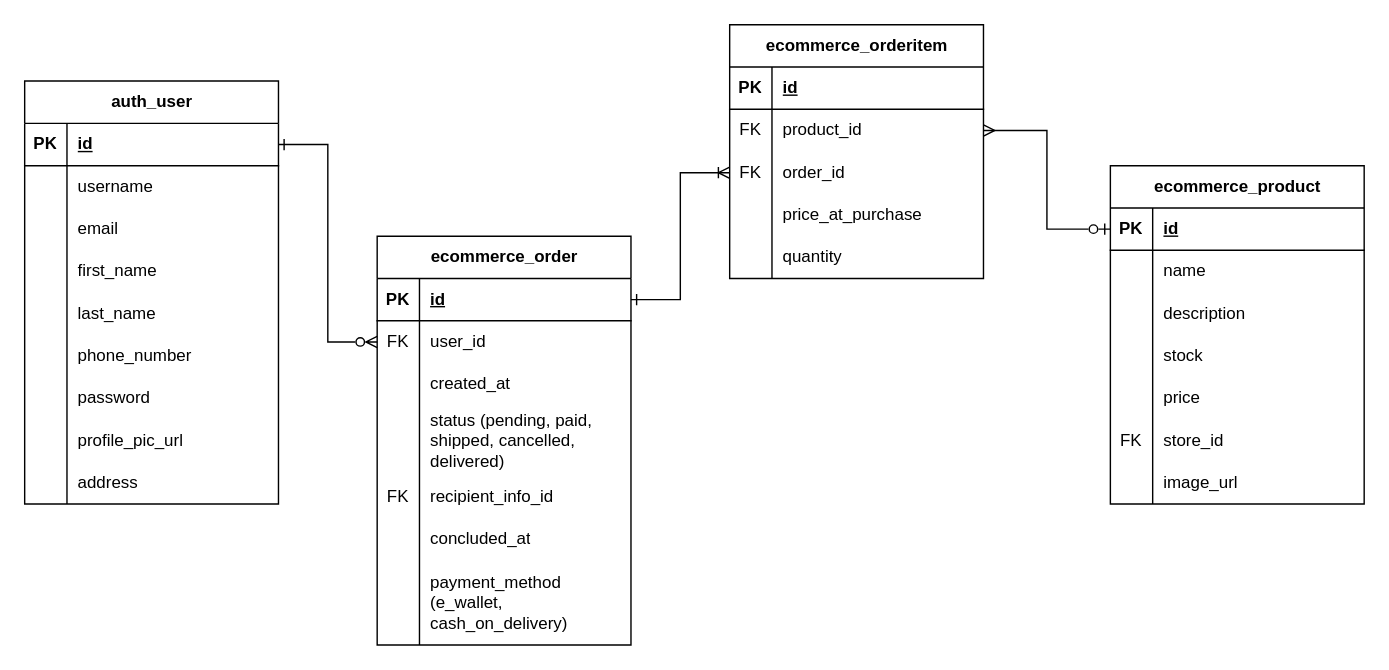
RHILIUS/drawio keeps this draw.io diagram as page "Order a product" (3 of 3) of E-Commerce API ERD.drawio. Above is the earlier version. Source tidied: cells renumbered, new cells numbered last; positions are measured from the earlier drawing's top-left corner, leaving out a move shared by most shapes. Both pictures are drawn from the tidied source at 141%, with x=0, y=0 at pixel (24, 24).
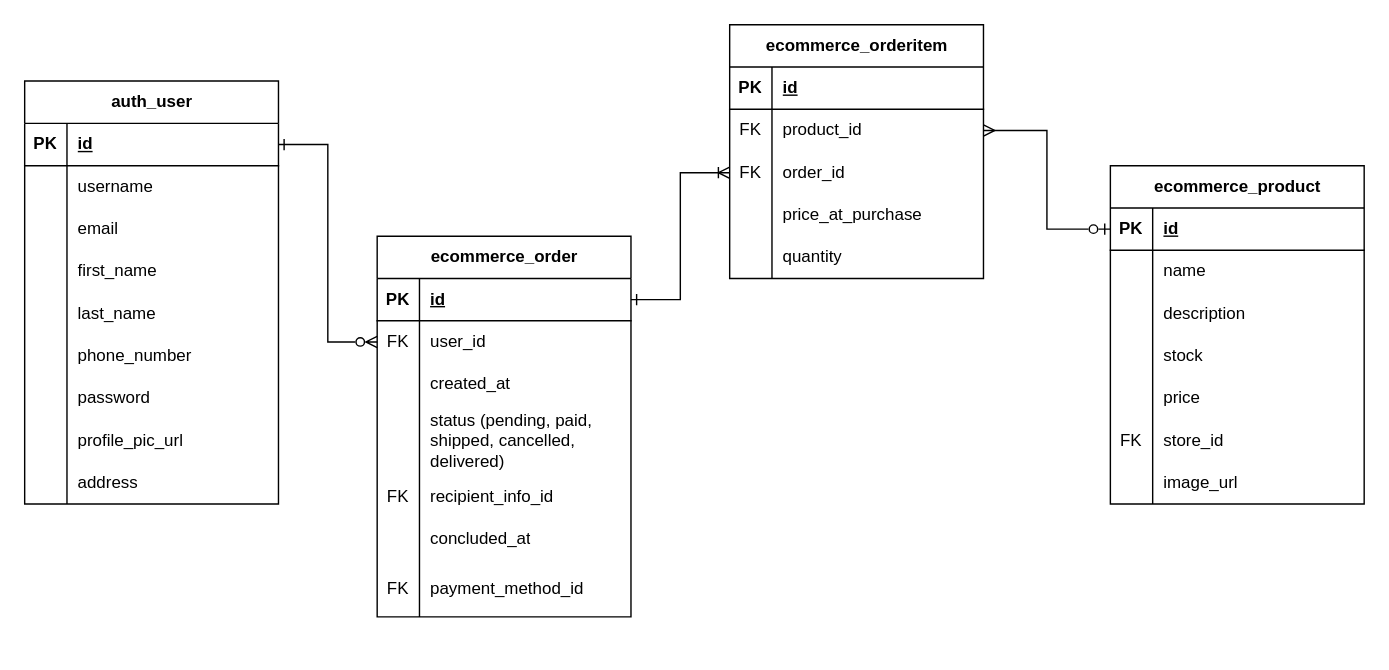
After the change.

Diff of the diagram source:
```diff
@@
     <mxCell id="30" value="ecommerce_order" style="shape=table;startSize=30;childLayout=tableLayout;rowLines=0;fontStyle=1;align=center;html=1;" parent="1" vertex="1">
-      <mxGeometry x="250" y="150" width="180" height="290" as="geometry" />
+      <mxGeometry x="250" y="150" width="180" height="270" as="geometry" />
     </mxCell>
@@
     <mxCell id="49" style="shape=tableRow;horizontal=0;startSize=0;swimlaneHead=0;swimlaneBody=0;fillColor=none;top=0;left=0;right=0;bottom=0;" parent="30" vertex="1">
-      <mxGeometry y="230" width="180" height="60" as="geometry" />
+      <mxGeometry y="230" width="180" height="40" as="geometry" />
     </mxCell>
-    <mxCell id="50" value="&lt;div&gt;&lt;br&gt;&lt;/div&gt;" style="shape=partialRectangle;fillColor=none;top=0;left=0;bottom=0;right=0;overflow=hidden;whiteSpace=wrap;html=1;" parent="49" vertex="1">
-      <mxGeometry width="30" height="60" as="geometry" />
+    <mxCell id="50" value="&lt;div&gt;FK&lt;/div&gt;" style="shape=partialRectangle;fillColor=none;top=0;left=0;bottom=0;right=0;overflow=hidden;whiteSpace=wrap;html=1;" parent="49" vertex="1">
+      <mxGeometry width="30" height="40" as="geometry" />
     </mxCell>
-    <mxCell id="51" value="payment_method (e_wallet, cash_on_delivery)" style="shape=partialRectangle;fillColor=none;top=0;left=0;bottom=0;right=0;align=left;spacingLeft=6;overflow=hidden;whiteSpace=wrap;html=1;" parent="49" vertex="1">
-      <mxGeometry x="30" width="150" height="60" as="geometry" />
+    <mxCell id="51" value="payment_method_id" style="shape=partialRectangle;fillColor=none;top=0;left=0;bottom=0;right=0;align=left;spacingLeft=6;overflow=hidden;whiteSpace=wrap;html=1;" parent="49" vertex="1">
+      <mxGeometry x="30" width="150" height="40" as="geometry" />
     </mxCell>
```
